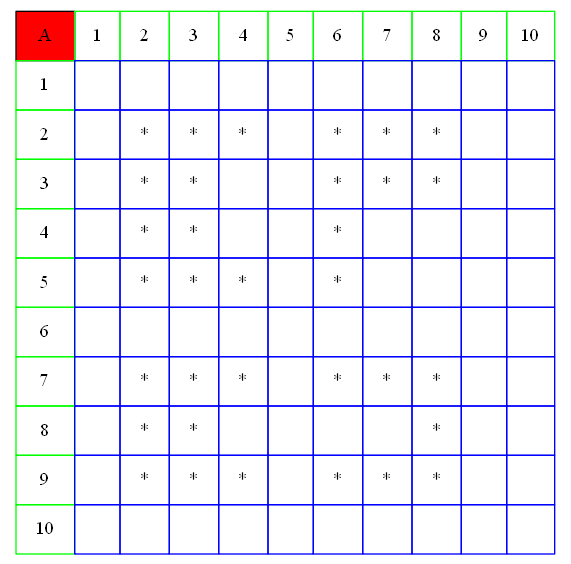
Above: Resultado.dot.png in AbidelLux/Proyecto02_1S2021IPC2_JAMES (Graphviz), before the change. Its source is kept beside it as Resultado.dot. The source it was exported from:
```dot
digraph {
	tbl [
	size="4,4"
	shape=plaintext
	label=<

		<table border="0" color="green" cellpadding="10" cellborder="1" cellspacing="0">
	<tr><td bgcolor = "red" color="black"> A </td><td color="green">1</td><td color="green">2</td><td color="green">3</td><td color="green">4</td><td color="green">5</td><td color="green">6</td><td color="green">7</td><td color="green">8</td><td color="green">9</td><td color="green">10</td></tr>
			<tr><td color="green"> 1 </td><td color="blue">   </td><td color="blue">   </td><td color="blue">   </td><td color="blue">   </td><td color="blue">   </td><td color="blue">   </td><td color="blue">   </td><td color="blue">   </td><td color="blue">   </td><td color="blue">   </td></tr>
			<tr><td color="green"> 2 </td><td color="blue">   </td><td color="blue"> * </td><td color="blue"> * </td><td color="blue"> * </td><td color="blue">   </td><td color="blue"> * </td><td color="blue"> * </td><td color="blue"> * </td><td color="blue">   </td><td color="blue">   </td></tr>
			<tr><td color="green"> 3 </td><td color="blue">   </td><td color="blue"> * </td><td color="blue"> * </td><td color="blue">   </td><td color="blue">   </td><td color="blue"> * </td><td color="blue"> * </td><td color="blue"> * </td><td color="blue">   </td><td color="blue">   </td></tr>
			<tr><td color="green"> 4 </td><td color="blue">   </td><td color="blue"> * </td><td color="blue"> * </td><td color="blue">   </td><td color="blue">   </td><td color="blue"> * </td><td color="blue">   </td><td color="blue">   </td><td color="blue">   </td><td color="blue">   </td></tr>
			<tr><td color="green"> 5 </td><td color="blue">   </td><td color="blue"> * </td><td color="blue"> * </td><td color="blue"> * </td><td color="blue">   </td><td color="blue"> * </td><td color="blue">   </td><td color="blue">   </td><td color="blue">   </td><td color="blue">   </td></tr>
			<tr><td color="green"> 6 </td><td color="blue">   </td><td color="blue">   </td><td color="blue">   </td><td color="blue">   </td><td color="blue">   </td><td color="blue">   </td><td color="blue">   </td><td color="blue">   </td><td color="blue">   </td><td color="blue">   </td></tr>
			<tr><td color="green"> 7 </td><td color="blue">   </td><td color="blue"> * </td><td color="blue"> * </td><td color="blue"> * </td><td color="blue">   </td><td color="blue"> * </td><td color="blue"> * </td><td color="blue"> * </td><td color="blue">   </td><td color="blue">   </td></tr>
			<tr><td color="green"> 8 </td><td color="blue">   </td><td color="blue"> * </td><td color="blue"> * </td><td color="blue">   </td><td color="blue">   </td><td color="blue">   </td><td color="blue">   </td><td color="blue"> * </td><td color="blue">   </td><td color="blue">   </td></tr>
			<tr><td color="green"> 9 </td><td color="blue">   </td><td color="blue"> * </td><td color="blue"> * </td><td color="blue"> * </td><td color="blue">   </td><td color="blue"> * </td><td color="blue"> * </td><td color="blue"> * </td><td color="blue">   </td><td color="blue">   </td></tr>
			<tr><td color="green"> 10 </td><td color="blue">   </td><td color="blue">   </td><td color="blue">   </td><td color="blue">   </td><td color="blue">   </td><td color="blue">   </td><td color="blue">   </td><td color="blue">   </td><td color="blue">   </td><td color="blue">   </td></tr>
			</table>
		>];
}
```
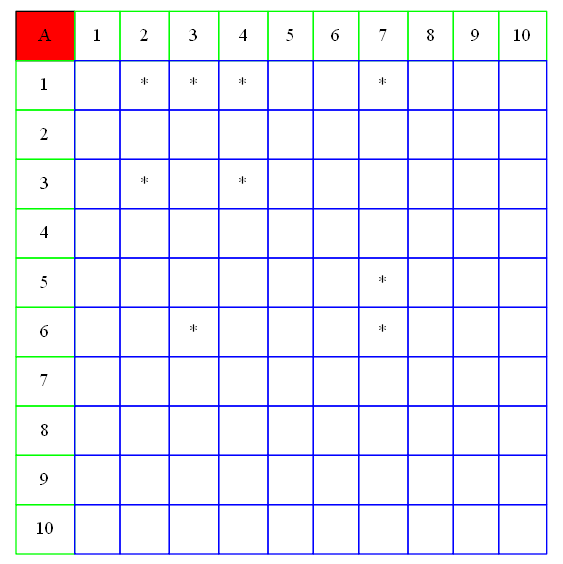
The same file after the commit.

Diff of the diagram source:
```diff
@@ -6,15 +6,15 @@
 
 		<table border="0" color="green" cellpadding="10" cellborder="1" cellspacing="0">
 	<tr><td bgcolor = "red" color="black"> A </td><td color="green">1</td><td color="green">2</td><td color="green">3</td><td color="green">4</td><td color="green">5</td><td color="green">6</td><td color="green">7</td><td color="green">8</td><td color="green">9</td><td color="green">10</td></tr>
-			<tr><td color="green"> 1 </td><td color="blue">   </td><td color="blue">   </td><td color="blue">   </td><td color="blue">   </td><td color="blue">   </td><td color="blue">   </td><td color="blue">   </td><td color="blue">   </td><td color="blue">   </td><td color="blue">   </td></tr>
-			<tr><td color="green"> 2 </td><td color="blue">   </td><td color="blue"> * </td><td color="blue"> * </td><td color="blue"> * </td><td color="blue">   </td><td color="blue"> * </td><td color="blue"> * </td><td color="blue"> * </td><td color="blue">   </td><td color="blue">   </td></tr>
-			<tr><td color="green"> 3 </td><td color="blue">   </td><td color="blue"> * </td><td color="blue"> * </td><td color="blue">   </td><td color="blue">   </td><td color="blue"> * </td><td color="blue"> * </td><td color="blue"> * </td><td color="blue">   </td><td color="blue">   </td></tr>
-			<tr><td color="green"> 4 </td><td color="blue">   </td><td color="blue"> * </td><td color="blue"> * </td><td color="blue">   </td><td color="blue">   </td><td color="blue"> * </td><td color="blue">   </td><td color="blue">   </td><td color="blue">   </td><td color="blue">   </td></tr>
-			<tr><td color="green"> 5 </td><td color="blue">   </td><td color="blue"> * </td><td color="blue"> * </td><td color="blue"> * </td><td color="blue">   </td><td color="blue"> * </td><td color="blue">   </td><td color="blue">   </td><td color="blue">   </td><td color="blue">   </td></tr>
-			<tr><td color="green"> 6 </td><td color="blue">   </td><td color="blue">   </td><td color="blue">   </td><td color="blue">   </td><td color="blue">   </td><td color="blue">   </td><td color="blue">   </td><td color="blue">   </td><td color="blue">   </td><td color="blue">   </td></tr>
-			<tr><td color="green"> 7 </td><td color="blue">   </td><td color="blue"> * </td><td color="blue"> * </td><td color="blue"> * </td><td color="blue">   </td><td color="blue"> * </td><td color="blue"> * </td><td color="blue"> * </td><td color="blue">   </td><td color="blue">   </td></tr>
-			<tr><td color="green"> 8 </td><td color="blue">   </td><td color="blue"> * </td><td color="blue"> * </td><td color="blue">   </td><td color="blue">   </td><td color="blue">   </td><td color="blue">   </td><td color="blue"> * </td><td color="blue">   </td><td color="blue">   </td></tr>
-			<tr><td color="green"> 9 </td><td color="blue">   </td><td color="blue"> * </td><td color="blue"> * </td><td color="blue"> * </td><td color="blue">   </td><td color="blue"> * </td><td color="blue"> * </td><td color="blue"> * </td><td color="blue">   </td><td color="blue">   </td></tr>
+			<tr><td color="green"> 1 </td><td color="blue">   </td><td color="blue"> * </td><td color="blue"> * </td><td color="blue"> * </td><td color="blue">   </td><td color="blue">   </td><td color="blue"> * </td><td color="blue">   </td><td color="blue">   </td><td color="blue">   </td></tr>
+			<tr><td color="green"> 2 </td><td color="blue">   </td><td color="blue">   </td><td color="blue">   </td><td color="blue">   </td><td color="blue">   </td><td color="blue">   </td><td color="blue">   </td><td color="blue">   </td><td color="blue">   </td><td color="blue">   </td></tr>
+			<tr><td color="green"> 3 </td><td color="blue">   </td><td color="blue"> * </td><td color="blue">   </td><td color="blue"> * </td><td color="blue">   </td><td color="blue">   </td><td color="blue">   </td><td color="blue">   </td><td color="blue">   </td><td color="blue">   </td></tr>
+			<tr><td color="green"> 4 </td><td color="blue">   </td><td color="blue">   </td><td color="blue">   </td><td color="blue">   </td><td color="blue">   </td><td color="blue">   </td><td color="blue">   </td><td color="blue">   </td><td color="blue">   </td><td color="blue">   </td></tr>
+			<tr><td color="green"> 5 </td><td color="blue">   </td><td color="blue">   </td><td color="blue">   </td><td color="blue">   </td><td color="blue">   </td><td color="blue">   </td><td color="blue"> * </td><td color="blue">   </td><td color="blue">   </td><td color="blue">   </td></tr>
+			<tr><td color="green"> 6 </td><td color="blue">   </td><td color="blue">   </td><td color="blue"> * </td><td color="blue">   </td><td color="blue">   </td><td color="blue">   </td><td color="blue"> * </td><td color="blue">   </td><td color="blue">   </td><td color="blue">   </td></tr>
+			<tr><td color="green"> 7 </td><td color="blue">   </td><td color="blue">   </td><td color="blue">   </td><td color="blue">   </td><td color="blue">   </td><td color="blue">   </td><td color="blue">   </td><td color="blue">   </td><td color="blue">   </td><td color="blue">   </td></tr>
+			<tr><td color="green"> 8 </td><td color="blue">   </td><td color="blue">   </td><td color="blue">   </td><td color="blue">   </td><td color="blue">   </td><td color="blue">   </td><td color="blue">   </td><td color="blue">   </td><td color="blue">   </td><td color="blue">   </td></tr>
+			<tr><td color="green"> 9 </td><td color="blue">   </td><td color="blue">   </td><td color="blue">   </td><td color="blue">   </td><td color="blue">   </td><td color="blue">   </td><td color="blue">   </td><td color="blue">   </td><td color="blue">   </td><td color="blue">   </td></tr>
 			<tr><td color="green"> 10 </td><td color="blue">   </td><td color="blue">   </td><td color="blue">   </td><td color="blue">   </td><td color="blue">   </td><td color="blue">   </td><td color="blue">   </td><td color="blue">   </td><td color="blue">   </td><td color="blue">   </td></tr>
 			</table>
 		>];
```
